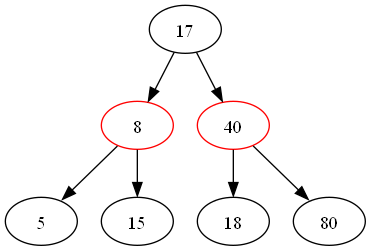
The Graphviz diagram RedBlackTree/tree.png in kirathenics/RedBlackTree, before a commit. Its source is kept beside it as RedBlackTree/tree.dot.
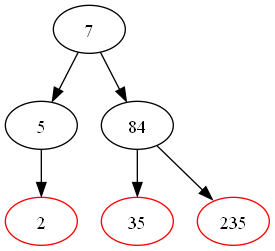
The same diagram one commit later.

Commit message:
added tree image show on display

Diff of the diagram source:
```diff
@@ -1,15 +1,13 @@
 digraph BinarySearchTree {
-"17" [color=black]
-"17" -> "8"
-"8" [color=red]
-"8" -> "5"
+"7" [color=black]
+"7" -> "5"
 "5" [color=black]
-"8" -> "15"
-"15" [color=black]
-"17" -> "40"
-"40" [color=red]
-"40" -> "18"
-"18" [color=black]
-"40" -> "80"
-"80" [color=black]
+"5" -> "2"
+"2" [color=red]
+"7" -> "84"
+"84" [color=black]
+"84" -> "35"
+"35" [color=red]
+"84" -> "235"
+"235" [color=red]
 }
```
